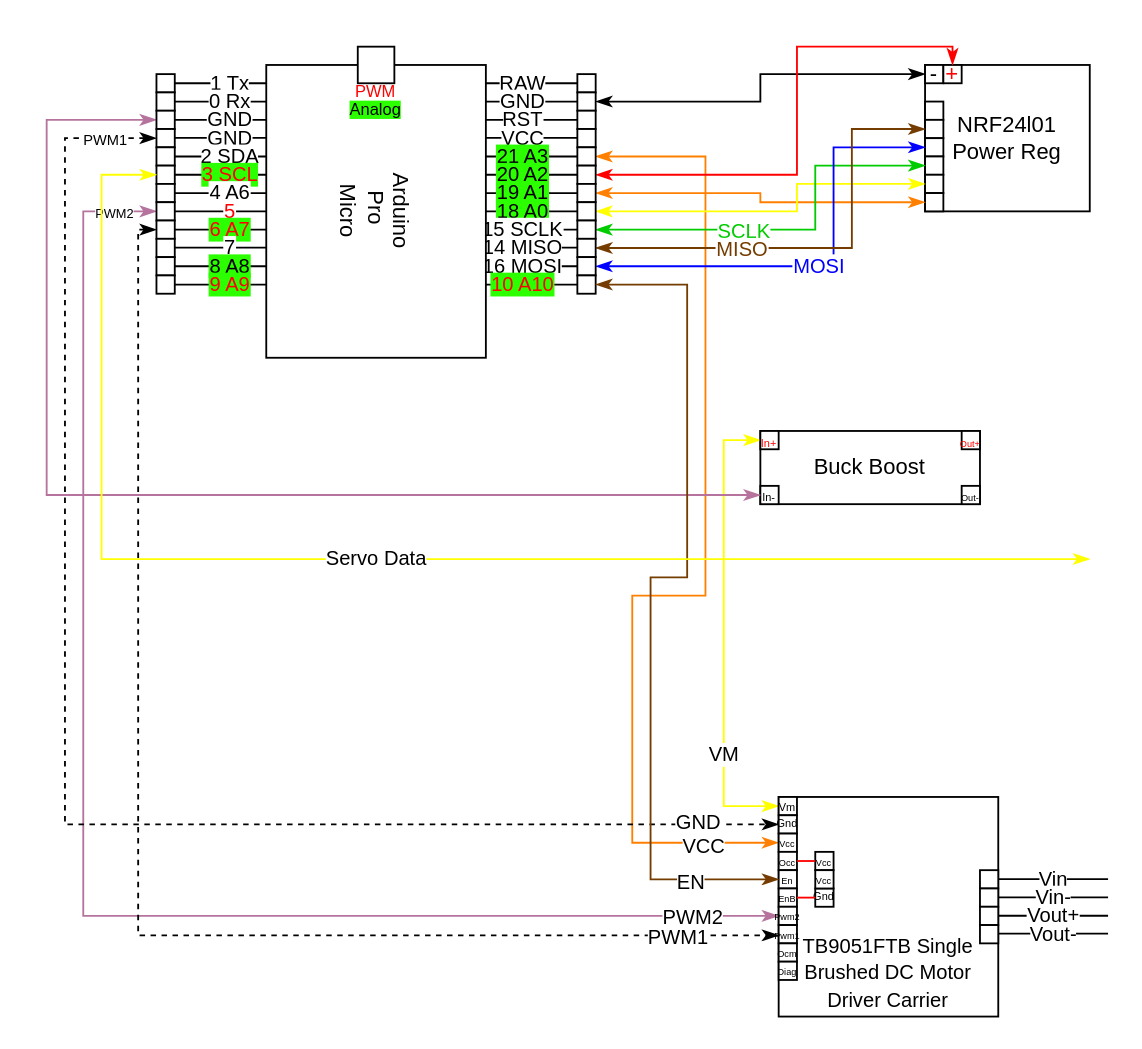
Before: KiCad/Rx/Circuit Drawing/RxDrawing_071023.drawio in DDuronslet/CustomArduinoRCCar, a draw.io diagram. Source tidied: cells renumbered, new cells numbered last; positions are measured from the earlier drawing's top-left corner, leaving out a move shared by most shapes. Both pictures are drawn from the tidied source at 183%, with x=0, y=0 at pixel (46, 46).
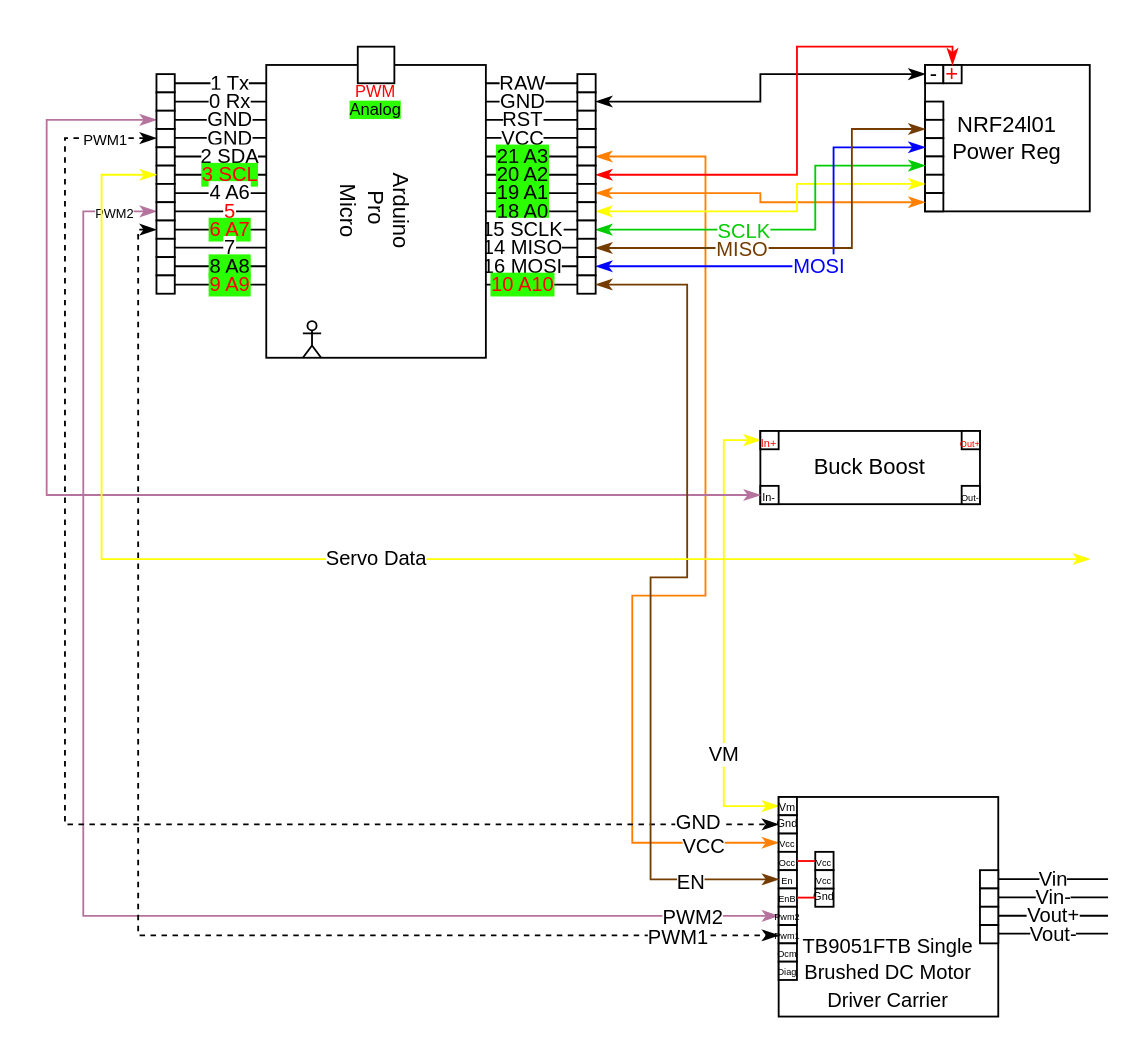
The same diagram, later.

Unchanged cells that the change refers to:
```xml
<mxCell id="85" style="group;" parent="36" vertex="1">
  <mxGeometry x="60" width="120" height="170" as="geometry" />
</mxCell>
```

Diff of the diagram source:
```diff
@@
+    <mxCell id="121" style="shape=umlActor;verticalLabelPosition=bottom;verticalAlign=top;html=1;" parent="85" vertex="1">
+      <mxGeometry x="20" y="150" width="10" height="20" as="geometry" />
+    </mxCell>
```
